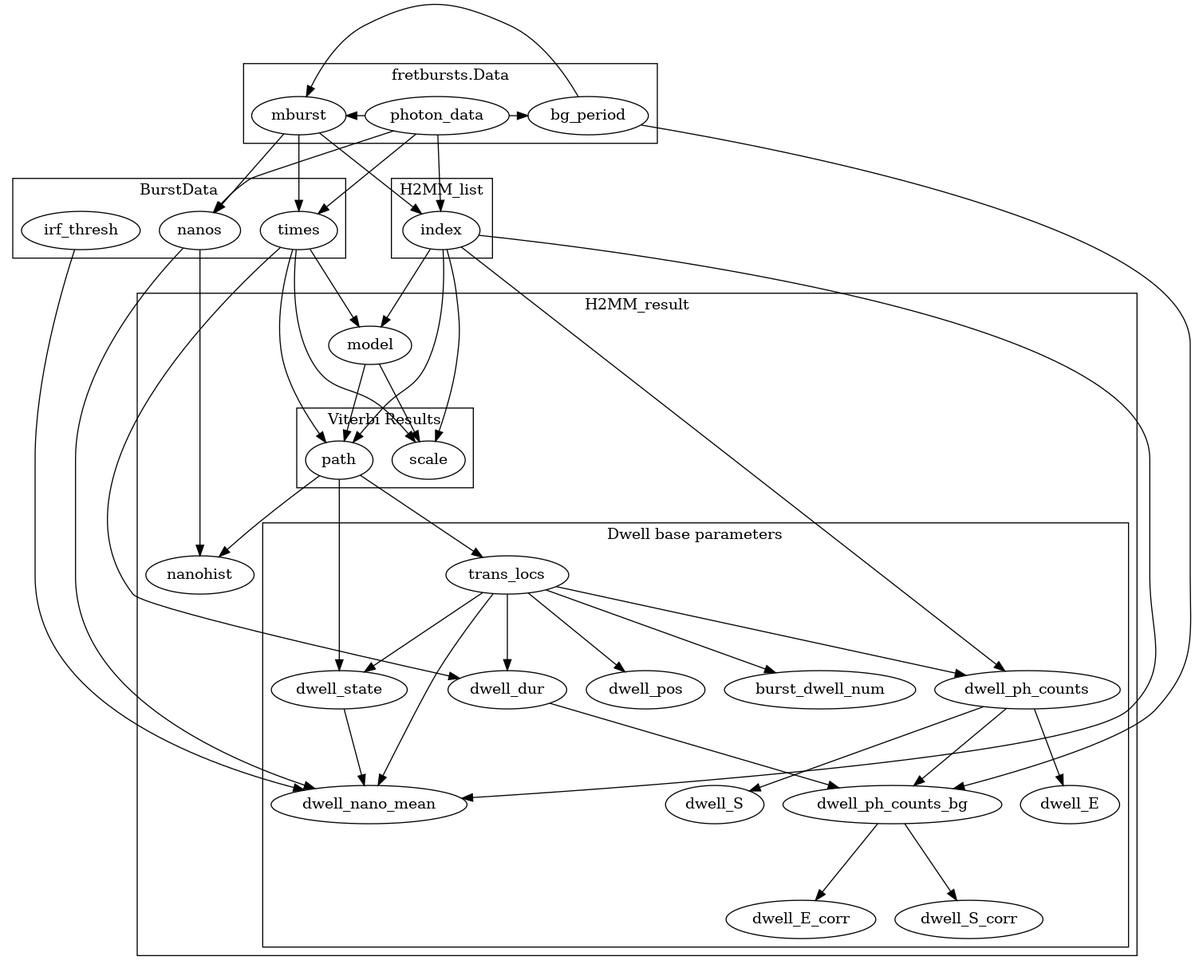
harripd/burstH2MM keeps this Graphviz diagram as docs/source/images/result_params.png. Above is the earlier version. Its source is kept beside it as docs/source/images/result_params.dot. Source of this version:
```dot
digraph G{
graph [compound=true]
ranksep=1;
subgraph cluster0{
label="fretbursts.Data"
photon_data -> bg_period;
{photon_data, bg_period} -> mburst;
{rank=same; photon_data; bg_period; mburst}
}
subgraph cluster1{
label="BurstData"
times;
nanos;
irf_thresh;
}
subgraph cluster2{
label="H2MM_list";
index;
}
{index, times} -> model;
{photon_data, mburst} -> {times, index, nanos}


subgraph cluster3{
label="H2MM_result";

subgraph cluster4{
label="Viterbi Results";
path;
scale;
}
{model, times, index} -> {path, scale};
path -> trans_locs;
{path, nanos} -> nanohist;
{path, trans_locs} -> dwell_state;
{times, trans_locs} -> dwell_dur;
{index, trans_locs} -> dwell_ph_counts -> {dwell_E, dwell_S};
{index, nanos, trans_locs, dwell_state, irf_thresh} -> dwell_nano_mean;
subgraph cluster5{
label="Dwell base parameters"
{bg_period, dwell_dur, dwell_ph_counts} -> dwell_ph_counts_bg -> {dwell_E_corr, dwell_S_corr};
trans_locs -> {burst_dwell_num, dwell_pos};
dwell_E;
dwell_S;
dwell_nano_mean;
dwell_state;
}
}
}
```
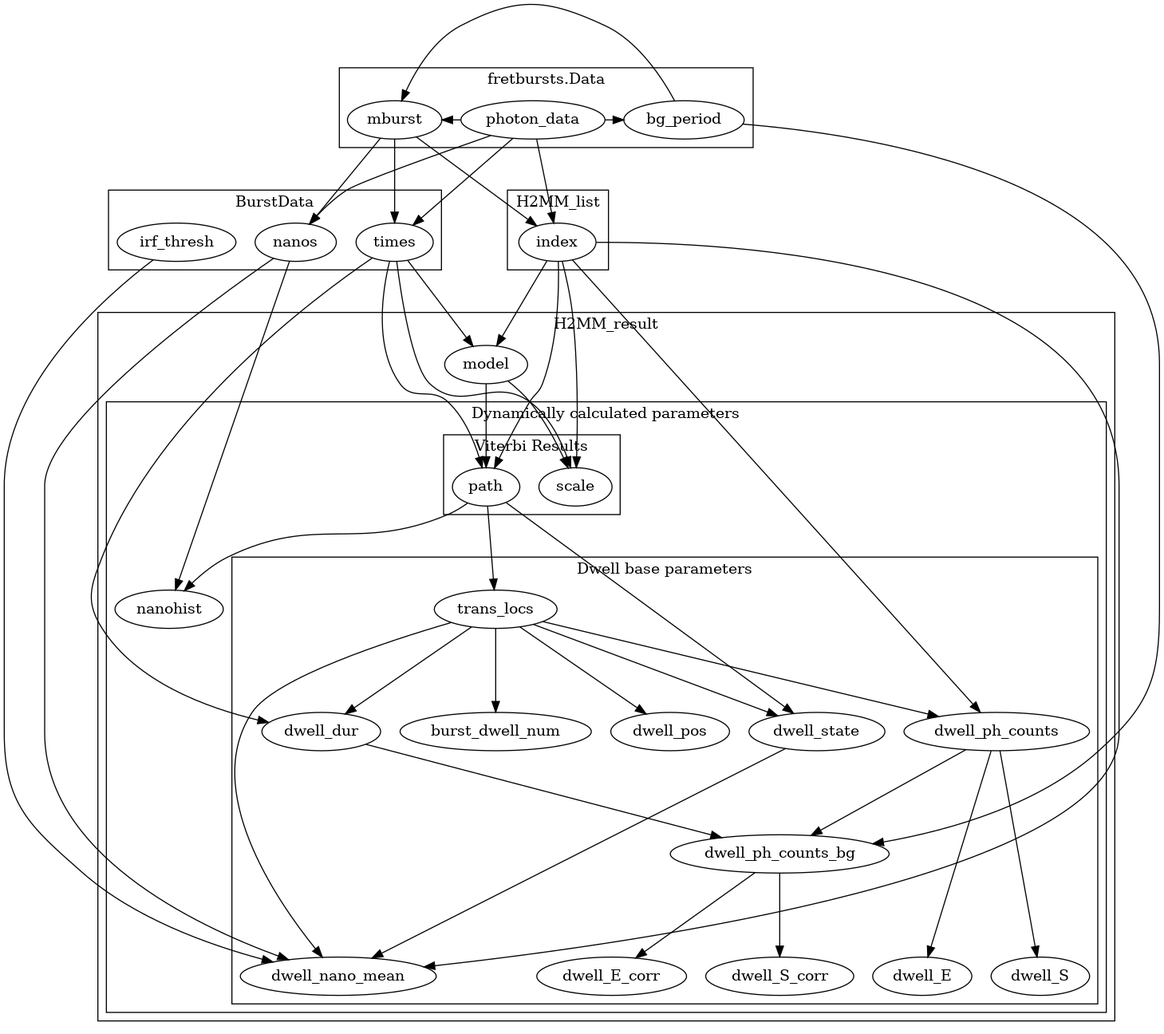
After the change.

Change to the diagram source:
```diff
@@ -1,6 +1,6 @@
 digraph G{
 graph [compound=true]
-ranksep=1;
+ranksep=1.1;
 subgraph cluster0{
 label="fretbursts.Data"
 photon_data -> bg_period;
@@ -18,32 +18,39 @@
 index;
 }
 {index, times} -> model;
-{photon_data, mburst} -> {times, index, nanos}
-
+{photon_data, mburst} -> {times, index, nanos};
+{model, times, index} -> {path, scale};
+{path, nanos} -> nanohist;
+{times, trans_locs} -> dwell_dur;
+{index, trans_locs} -> dwell_ph_counts;
+{index, nanos, trans_locs, dwell_state, irf_thresh} -> dwell_nano_mean;
+{bg_period, dwell_dur, dwell_ph_counts} -> dwell_ph_counts_bg;
 
 subgraph cluster3{
 label="H2MM_result";
+model;
+subgraph cluster4{
+label="Dynamically calculated parameters";
 
-subgraph cluster4{
+nanohist;
+subgraph cluster5{
 label="Viterbi Results";
 path;
 scale;
 }
-{model, times, index} -> {path, scale};
 path -> trans_locs;
-{path, nanos} -> nanohist;
 {path, trans_locs} -> dwell_state;
-{times, trans_locs} -> dwell_dur;
-{index, trans_locs} -> dwell_ph_counts -> {dwell_E, dwell_S};
-{index, nanos, trans_locs, dwell_state, irf_thresh} -> dwell_nano_mean;
-subgraph cluster5{
+subgraph cluster6{
 label="Dwell base parameters"
-{bg_period, dwell_dur, dwell_ph_counts} -> dwell_ph_counts_bg -> {dwell_E_corr, dwell_S_corr};
-trans_locs -> {burst_dwell_num, dwell_pos};
-dwell_E;
-dwell_S;
+dwell_dur;
 dwell_nano_mean;
 dwell_state;
+trans_locs -> {burst_dwell_num, dwell_pos};
+dwell_ph_counts -> {dwell_E, dwell_S};
+dwell_ph_counts_bg -> {dwell_E_corr, dwell_S_corr};
+{rank=same; dwell_nano_mean; dwell_E; dwell_E_corr;dwell_S; dwell_S_corr;}
+{rank=same; dwell_dur; dwell_pos; dwell_ph_counts;dwell_state; burst_dwell_num;}
 }
 }
 }
+}
```
